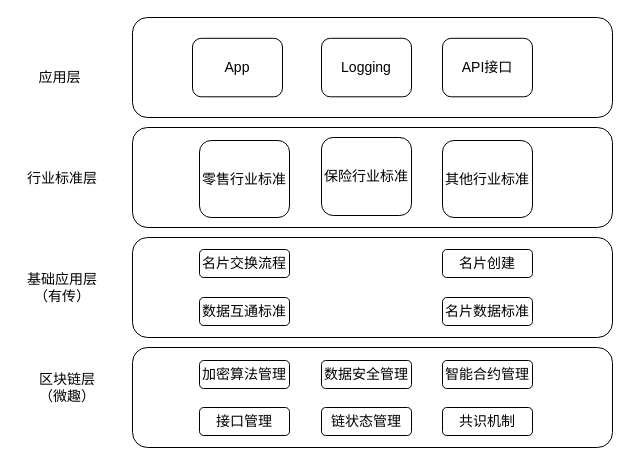
The draw.io diagram 有传_framework.drawio in frankyzf/drawio, before the edit. Source tidied: cells renumbered, new cells numbered last; positions are measured from the earlier drawing's top-left corner, leaving out a move shared by most shapes. Both pictures are drawn from the tidied source at 100%, with x=0, y=0 at pixel (17, 17).
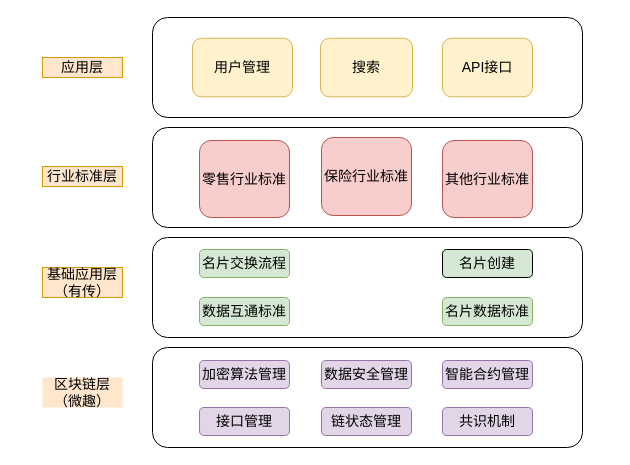
Above is the later version.

The edit, as a diff of the source:
```diff
@@
     <mxCell id="2" style="rounded=1;whiteSpace=wrap;html=1;fontSize=14;" parent="1" vertex="1">
-      <mxGeometry x="115" y="330" width="480" height="100" as="geometry" />
+      <mxGeometry x="135" y="330" width="430" height="100" as="geometry" />
     </mxCell>
-    <mxCell id="3" value="区块链层&lt;br style=&quot;font-size: 14px;&quot;&gt;（微趣）" style="text;html=1;strokeColor=none;fillColor=none;align=center;verticalAlign=middle;whiteSpace=wrap;rounded=0;fontSize=14;" parent="1" vertex="1">
-      <mxGeometry y="360" width="100" height="20" as="geometry" />
+    <mxCell id="3" value="区块链层&lt;br style=&quot;font-size: 14px;&quot;&gt;（微趣）" style="text;html=1;strokeColor=none;fillColor=#ffe6cc;align=center;verticalAlign=middle;whiteSpace=wrap;rounded=0;fontSize=14;" parent="1" vertex="1">
+      <mxGeometry x="25" y="360" width="80" height="30" as="geometry" />
     </mxCell>
-    <mxCell id="4" value="基础应用层&lt;br style=&quot;font-size: 14px;&quot;&gt;（有传）" style="text;html=1;strokeColor=none;fillColor=none;align=center;verticalAlign=middle;whiteSpace=wrap;rounded=0;fontSize=14;" parent="1" vertex="1">
-      <mxGeometry x="5" y="260" width="80" height="20" as="geometry" />
+    <mxCell id="4" value="基础应用层&lt;br style=&quot;font-size: 14px;&quot;&gt;（有传）" style="text;html=1;strokeColor=#d79b00;fillColor=#ffe6cc;align=center;verticalAlign=middle;whiteSpace=wrap;rounded=0;fontSize=14;" parent="1" vertex="1">
+      <mxGeometry x="25" y="250" width="80" height="30" as="geometry" />
     </mxCell>
-    <mxCell id="5" value="行业标准层" style="text;html=1;strokeColor=none;fillColor=none;align=center;verticalAlign=middle;whiteSpace=wrap;rounded=0;fontSize=14;" parent="1" vertex="1">
-      <mxGeometry x="5" y="151" width="80" height="20" as="geometry" />
+    <mxCell id="5" value="行业标准层" style="text;html=1;strokeColor=#d79b00;fillColor=#ffe6cc;align=center;verticalAlign=middle;whiteSpace=wrap;rounded=0;fontSize=14;" parent="1" vertex="1">
+      <mxGeometry x="25" y="149" width="80" height="20" as="geometry" />
     </mxCell>
     <mxCell id="6" style="rounded=1;whiteSpace=wrap;html=1;fontSize=14;" parent="1" vertex="1">
-      <mxGeometry x="115" width="480" height="100" as="geometry" />
+      <mxGeometry x="135" width="430" height="100" as="geometry" />
     </mxCell>
-    <mxCell id="7" value="应用层" style="text;html=1;strokeColor=none;fillColor=none;align=center;verticalAlign=middle;whiteSpace=wrap;rounded=0;fontSize=14;" parent="1" vertex="1">
-      <mxGeometry x="15" y="50" width="55" height="20" as="geometry" />
+    <mxCell id="7" value="应用层" style="text;html=1;strokeColor=#d79b00;fillColor=#ffe6cc;align=center;verticalAlign=middle;whiteSpace=wrap;rounded=0;fontSize=14;" parent="1" vertex="1">
+      <mxGeometry x="25" y="40" width="80" height="20" as="geometry" />
     </mxCell>
-    <mxCell id="8" value="智能合约管理" style="rounded=1;whiteSpace=wrap;html=1;fontSize=14;" parent="1" vertex="1">
+    <mxCell id="8" value="智能合约管理" style="rounded=1;whiteSpace=wrap;html=1;fontSize=14;fillColor=#e1d5e7;strokeColor=#9673a6;" parent="1" vertex="1">
       <mxGeometry x="425" y="343" width="90" height="28" as="geometry" />
     </mxCell>
-    <mxCell id="9" value="数据安全管理" style="rounded=1;whiteSpace=wrap;html=1;fontSize=14;" parent="1" vertex="1">
+    <mxCell id="9" value="数据安全管理" style="rounded=1;whiteSpace=wrap;html=1;fontSize=14;fillColor=#e1d5e7;strokeColor=#9673a6;" parent="1" vertex="1">
       <mxGeometry x="304" y="343" width="90" height="28" as="geometry" />
     </mxCell>
-    <mxCell id="10" value="加密算法管理" style="rounded=1;whiteSpace=wrap;html=1;fontSize=14;" parent="1" vertex="1">
+    <mxCell id="10" value="加密算法管理" style="rounded=1;whiteSpace=wrap;html=1;fontSize=14;fillColor=#e1d5e7;strokeColor=#9673a6;" parent="1" vertex="1">
       <mxGeometry x="182" y="343" width="90" height="28" as="geometry" />
     </mxCell>
-    <mxCell id="11" value="接口管理" style="rounded=1;whiteSpace=wrap;html=1;fontSize=14;" parent="1" vertex="1">
+    <mxCell id="11" value="接口管理" style="rounded=1;whiteSpace=wrap;html=1;fontSize=14;fillColor=#e1d5e7;strokeColor=#9673a6;" parent="1" vertex="1">
       <mxGeometry x="182" y="390" width="90" height="28" as="geometry" />
     </mxCell>
-    <mxCell id="12" value="链状态管理" style="rounded=1;whiteSpace=wrap;html=1;fontSize=14;" parent="1" vertex="1">
+    <mxCell id="12" value="链状态管理" style="rounded=1;whiteSpace=wrap;html=1;fontSize=14;fillColor=#e1d5e7;strokeColor=#9673a6;" parent="1" vertex="1">
       <mxGeometry x="304" y="390" width="90" height="28" as="geometry" />
     </mxCell>
-    <mxCell id="13" value="共识机制" style="rounded=1;whiteSpace=wrap;html=1;fontSize=14;" parent="1" vertex="1">
+    <mxCell id="13" value="共识机制" style="rounded=1;whiteSpace=wrap;html=1;fontSize=14;fillColor=#e1d5e7;strokeColor=#9673a6;" parent="1" vertex="1">
       <mxGeometry x="425" y="390" width="90" height="28" as="geometry" />
     </mxCell>
     <mxCell id="14" style="rounded=1;whiteSpace=wrap;html=1;fontSize=14;" parent="1" vertex="1">
-      <mxGeometry x="115" y="220" width="480" height="100" as="geometry" />
+      <mxGeometry x="135" y="220" width="430" height="100" as="geometry" />
     </mxCell>
-    <mxCell id="15" value="名片创建" style="rounded=1;whiteSpace=wrap;html=1;fontSize=14;" parent="1" vertex="1">
+    <mxCell id="15" value="名片创建" style="rounded=1;whiteSpace=wrap;html=1;fontSize=14;fillColor=#D5E8D4;" parent="1" vertex="1">
       <mxGeometry x="425" y="232" width="90" height="28" as="geometry" />
     </mxCell>
-    <mxCell id="16" value="名片交换流程" style="rounded=1;whiteSpace=wrap;html=1;fontSize=14;" parent="1" vertex="1">
+    <mxCell id="16" value="名片交换流程" style="rounded=1;whiteSpace=wrap;html=1;fontSize=14;fillColor=#d5e8d4;strokeColor=#82b366;" parent="1" vertex="1">
       <mxGeometry x="182" y="232" width="90" height="28" as="geometry" />
     </mxCell>
-    <mxCell id="17" value="名片数据标准" style="rounded=1;whiteSpace=wrap;html=1;fontSize=14;" parent="1" vertex="1">
+    <mxCell id="17" value="名片数据标准" style="rounded=1;whiteSpace=wrap;html=1;fontSize=14;fillColor=#d5e8d4;strokeColor=#82b366;" parent="1" vertex="1">
       <mxGeometry x="425" y="280" width="90" height="28" as="geometry" />
     </mxCell>
-    <mxCell id="18" value="数据互通标准" style="rounded=1;whiteSpace=wrap;html=1;fontSize=14;" parent="1" vertex="1">
+    <mxCell id="18" value="数据互通标准" style="rounded=1;whiteSpace=wrap;html=1;fontSize=14;fillColor=#d5e8d4;strokeColor=#82b366;" parent="1" vertex="1">
       <mxGeometry x="182" y="280" width="90" height="28" as="geometry" />
     </mxCell>
     <mxCell id="19" style="rounded=1;whiteSpace=wrap;html=1;fontSize=14;" parent="1" vertex="1">
-      <mxGeometry x="115" y="110" width="480" height="100" as="geometry" />
+      <mxGeometry x="135" y="110" width="430" height="100" as="geometry" />
     </mxCell>
-    <mxCell id="20" value="其他行业标准" style="rounded=1;whiteSpace=wrap;html=1;fontSize=14;" parent="1" vertex="1">
+    <mxCell id="20" value="其他行业标准" style="rounded=1;whiteSpace=wrap;html=1;fontSize=14;fillColor=#f8cecc;strokeColor=#b85450;" parent="1" vertex="1">
       <mxGeometry x="425" y="123" width="90" height="77" as="geometry" />
     </mxCell>
-    <mxCell id="21" value="零售行业标准" style="rounded=1;whiteSpace=wrap;html=1;fontSize=14;" parent="1" vertex="1">
+    <mxCell id="21" value="零售行业标准" style="rounded=1;whiteSpace=wrap;html=1;fontSize=14;fillColor=#f8cecc;strokeColor=#b85450;" parent="1" vertex="1">
       <mxGeometry x="182" y="123" width="90" height="77" as="geometry" />
     </mxCell>
-    <mxCell id="22" value="保险行业标准" style="rounded=1;whiteSpace=wrap;html=1;fontSize=14;" parent="1" vertex="1">
+    <mxCell id="22" value="保险行业标准" style="rounded=1;whiteSpace=wrap;html=1;fontSize=14;fillColor=#f8cecc;strokeColor=#b85450;" parent="1" vertex="1">
       <mxGeometry x="304" y="120" width="90" height="78" as="geometry" />
     </mxCell>
-    <mxCell id="23" value="App" style="rounded=1;whiteSpace=wrap;html=1;fontSize=14;" parent="1" vertex="1">
-      <mxGeometry x="175" y="20.8" width="90" height="58.5" as="geometry" />
+    <mxCell id="23" value="用户管理" style="rounded=1;whiteSpace=wrap;html=1;fontSize=14;fillColor=#fff2cc;strokeColor=#d6b656;" parent="1" vertex="1">
+      <mxGeometry x="175" y="20.8" width="100" height="58.5" as="geometry" />
     </mxCell>
-    <mxCell id="24" value="Logging" style="rounded=1;whiteSpace=wrap;html=1;fontSize=14;" parent="1" vertex="1">
-      <mxGeometry x="304" y="20.8" width="90" height="58.5" as="geometry" />
+    <mxCell id="24" value="搜索" style="rounded=1;whiteSpace=wrap;html=1;fontSize=14;fillColor=#fff2cc;strokeColor=#d6b656;" parent="1" vertex="1">
+      <mxGeometry x="303" y="20.8" width="92" height="58.5" as="geometry" />
     </mxCell>
-    <mxCell id="25" value="API接口" style="rounded=1;whiteSpace=wrap;html=1;fontSize=14;" parent="1" vertex="1">
+    <mxCell id="25" value="API接口" style="rounded=1;whiteSpace=wrap;html=1;fontSize=14;fillColor=#fff2cc;strokeColor=#d6b656;" parent="1" vertex="1">
       <mxGeometry x="425" y="20.8" width="90" height="58.5" as="geometry" />
     </mxCell>
```
